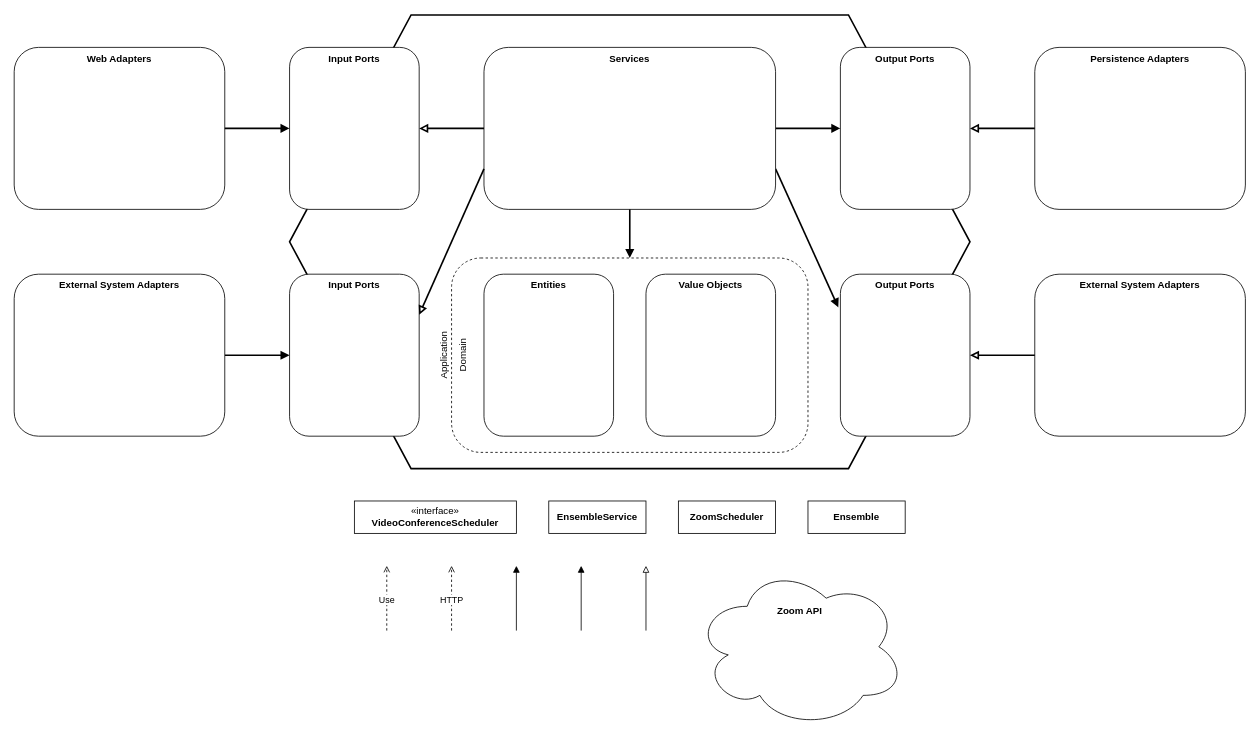
Earlier version of the draw.io diagram oefeningen/les-3/lesprogramma/3_complete_app/3b_zoom/jouw_uitwerking.drawio (AIM-ENE/doex-opdracht-4). Source tidied: cells renumbered, new cells numbered last; positions are measured from the earlier drawing's top-left corner, leaving out a move shared by most shapes. Both pictures are drawn from the tidied source at 81%, with x=0, y=0 at pixel (14, 15).
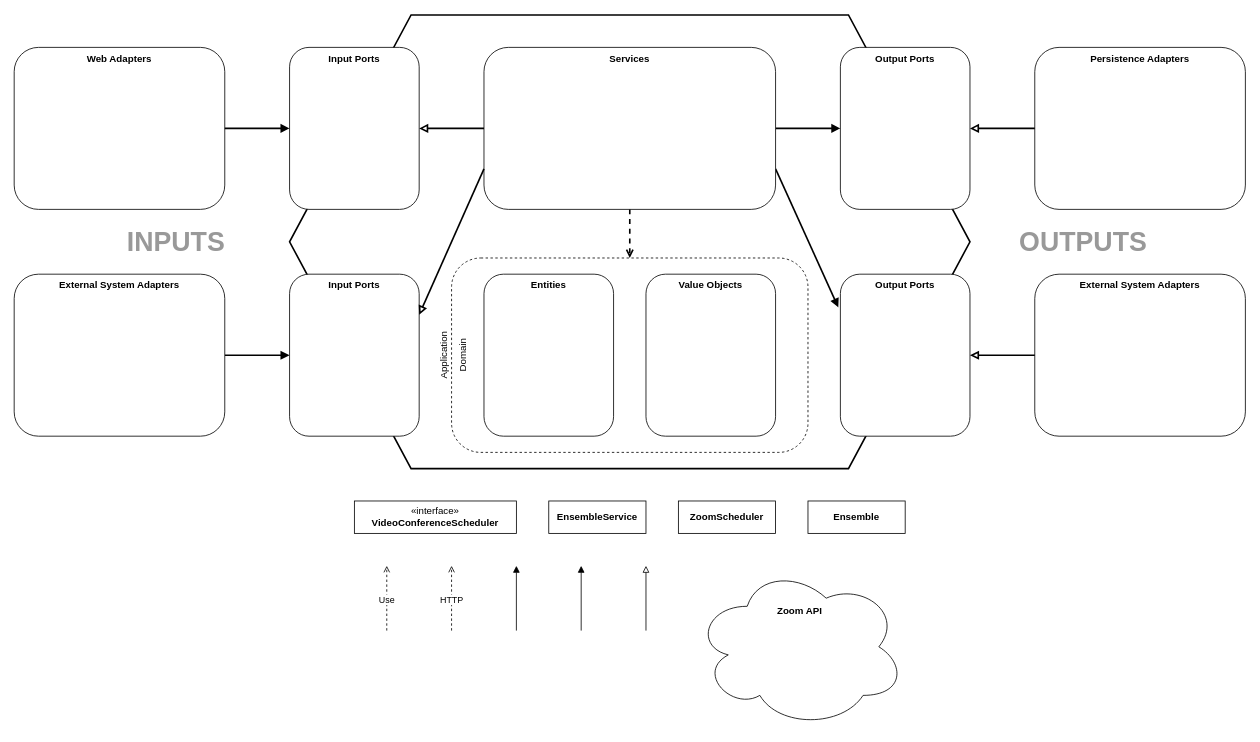
After the change.

Unchanged cells that the change refers to:
```xml
<mxCell id="2" style="group;" parent="1" vertex="1">
  <mxGeometry width="1520" height="560" as="geometry" />
</mxCell>
<mxCell id="11" style="rounded=1;whiteSpace=wrap;html=1;fillColor=none;dashed=1;" parent="2" vertex="1">
  <mxGeometry x="540" y="300" width="440" height="240" as="geometry" />
</mxCell>
<mxCell id="20" value="&lt;b&gt;Services&lt;/b&gt;" style="rounded=1;whiteSpace=wrap;html=1;verticalAlign=top;" parent="2" vertex="1">
  <mxGeometry x="580" y="40" width="360" height="200" as="geometry" />
</mxCell>
```

Diff of the diagram source:
```diff
@@
-    <mxCell id="21" style="endArrow=block;html=1;rounded=0;strokeWidth=2;endFill=1;exitX=0.5;exitY=1;exitDx=0;exitDy=0;entryX=0.5;entryY=0;entryDx=0;entryDy=0;" parent="2" edge="1" source="20" target="11">
+    <mxCell id="21" style="endArrow=open;html=1;rounded=0;strokeWidth=2;endFill=0;exitX=0.5;exitY=1;exitDx=0;exitDy=0;entryX=0.5;entryY=0;entryDx=0;entryDy=0;dashed=1;" parent="2" edge="1" source="20" target="11">
       <mxGeometry relative="1" as="geometry" />
     </mxCell>
@@
+    <mxCell id="41" value="&lt;font style=&quot;font-size: 33px; font-style: normal;&quot;&gt;INPUTS&lt;/font&gt;" style="text;html=1;align=center;verticalAlign=middle;whiteSpace=wrap;rounded=0;fontStyle=3;fontColor=#999999;labelBackgroundColor=none;textShadow=0;" parent="1" vertex="1">
+      <mxGeometry x="100" y="240" width="200" height="80" as="geometry" />
+    </mxCell>
+    <mxCell id="42" value="&lt;font style=&quot;font-size: 33px; font-style: normal;&quot;&gt;OUTPUTS&lt;/font&gt;" style="text;html=1;align=center;verticalAlign=middle;whiteSpace=wrap;rounded=0;fontStyle=3;fontColor=#999999;labelBackgroundColor=none;textShadow=0;" parent="1" vertex="1">
+      <mxGeometry x="1220" y="240" width="200" height="80" as="geometry" />
+    </mxCell>
```
